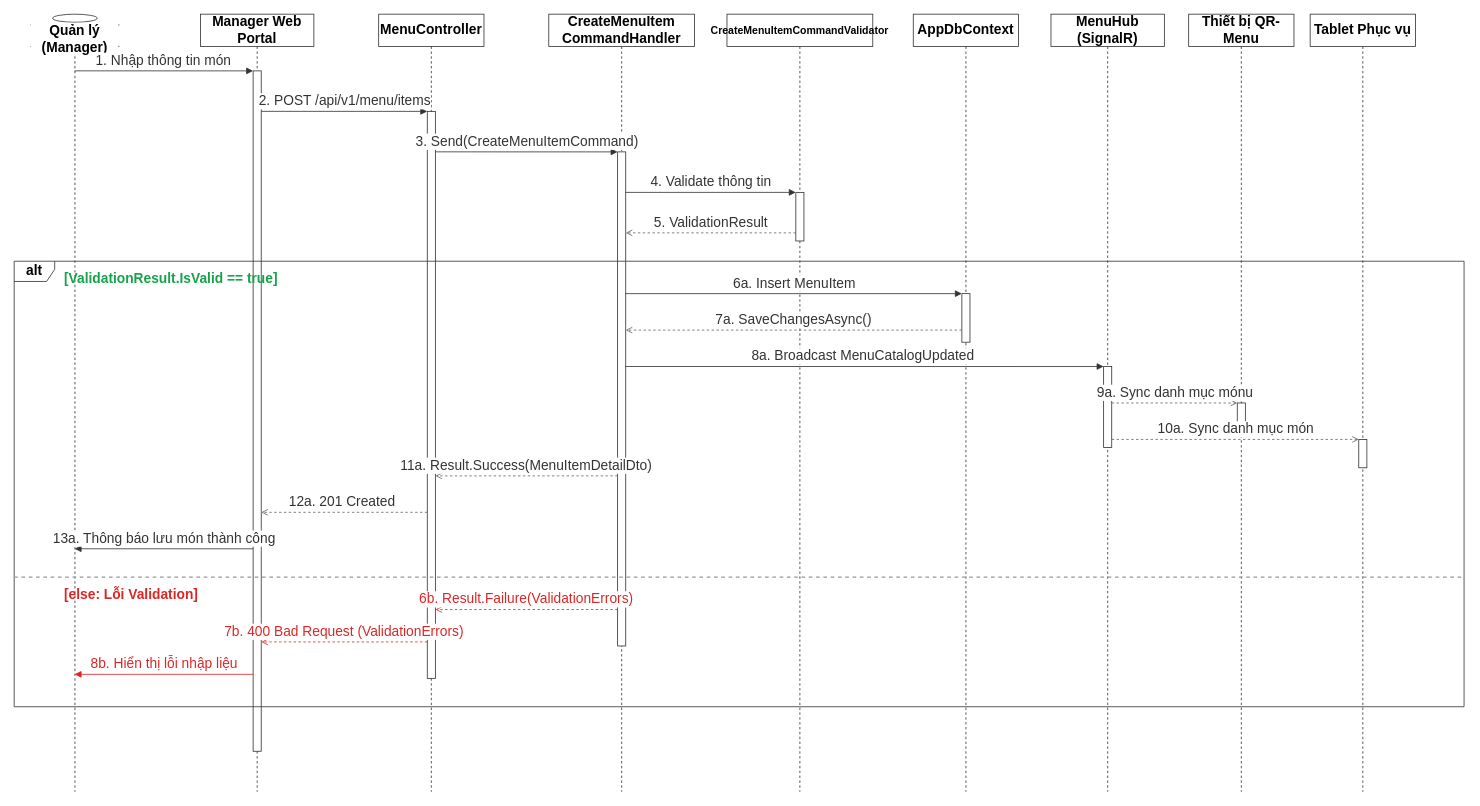
This is docs/phase1/drawio/sd11_menu_management.drawio from AndrewQng/VinDining, a draw.io file, before an edit. Source tidied: cells renumbered, new cells numbered last; positions are measured from the earlier drawing's top-left corner, leaving out a move shared by most shapes. Both pictures are drawn from the tidied source at 81%, with x=0, y=0 at pixel (14, 14).
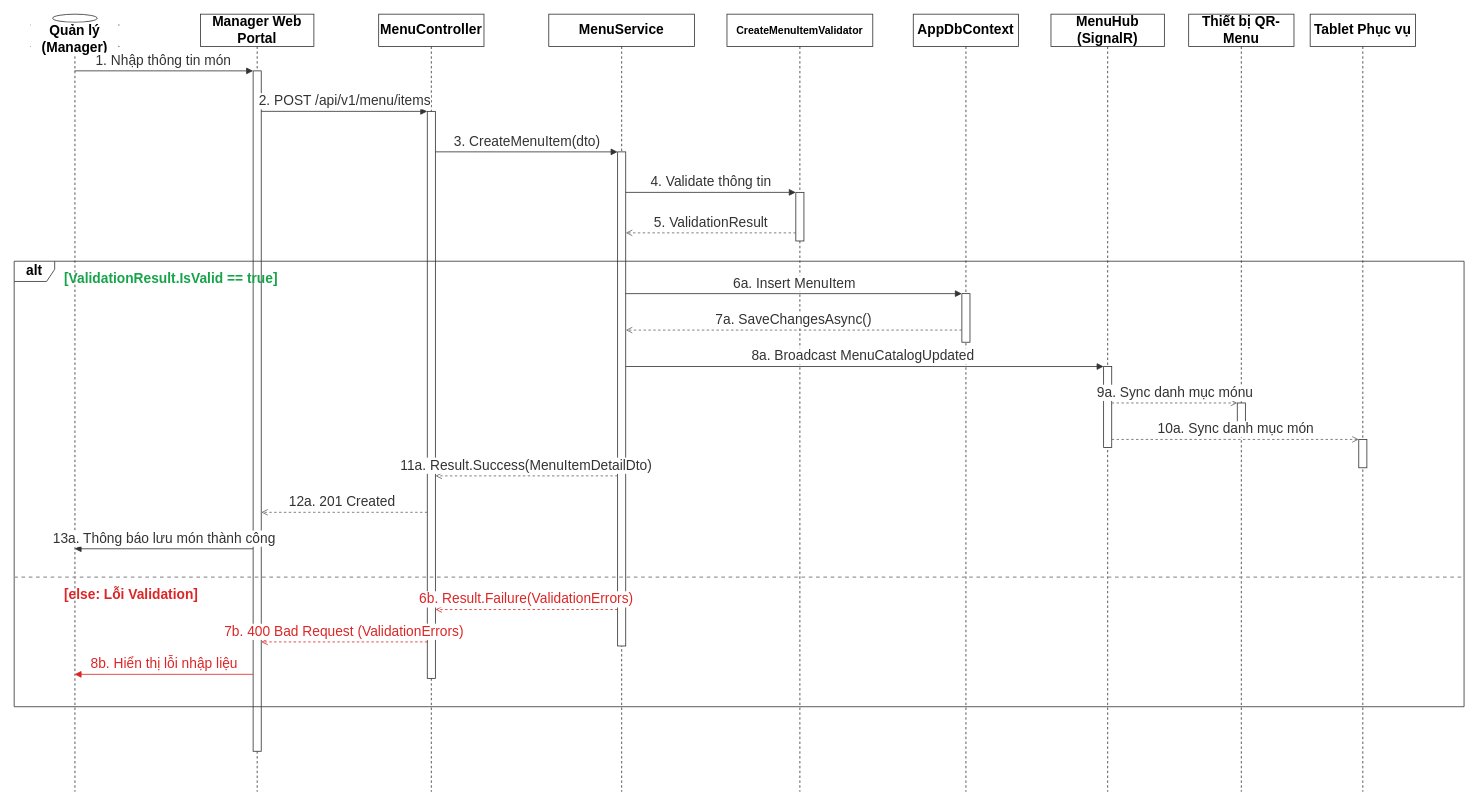
After the change.

Unchanged cells that the change refers to:
```xml
<mxCell id="6" style="html=1;points=[];perimeter=orthogonalPerimeter;outlineConnect=0;fillColor=#ffffff;strokeColor=#333333;fontSize=17;" parent="5" vertex="1">
  <mxGeometry x="60" y="120" width="10" height="700" as="geometry" />
</mxCell>
<mxCell id="8" style="html=1;points=[];perimeter=orthogonalPerimeter;outlineConnect=0;fillColor=#ffffff;strokeColor=#333333;fontSize=17;" parent="7" vertex="1">
  <mxGeometry x="85" y="170" width="10" height="610" as="geometry" />
</mxCell>
```

What changed in the source:
```diff
@@
-    <mxCell id="7" value="CreateMenuItem&lt;br&gt;CommandHandler" style="shape=umlLifeline;perimeter=lifelinePerimeter;whiteSpace=wrap;html=1;size=40;fontSize=17;fontStyle=1;strokeColor=#333333;" parent="1" vertex="1">
+    <mxCell id="7" value="MenuService" style="shape=umlLifeline;perimeter=lifelinePerimeter;whiteSpace=wrap;html=1;size=40;fontSize=17;fontStyle=1;strokeColor=#333333;" parent="1" vertex="1">
       <mxGeometry x="660" width="180" height="960" as="geometry" />
     </mxCell>
@@
-    <mxCell id="9" value="&lt;font style=&quot;font-size: 13px;&quot;&gt;CreateMenuItemCommandValidator&lt;/font&gt;" style="shape=umlLifeline;perimeter=lifelinePerimeter;whiteSpace=wrap;html=1;size=40;fontSize=17;fontStyle=1;strokeColor=#333333;" parent="1" vertex="1">
+    <mxCell id="9" value="&lt;font style=&quot;font-size: 13px;&quot;&gt;CreateMenuItemValidator&lt;/font&gt;" style="shape=umlLifeline;perimeter=lifelinePerimeter;whiteSpace=wrap;html=1;size=40;fontSize=17;fontStyle=1;strokeColor=#333333;" parent="1" vertex="1">
       <mxGeometry x="880" width="180" height="960" as="geometry" />
     </mxCell>
@@
-    <mxCell id="21" value="3. Send(CreateMenuItemCommand)" style="html=1;verticalAlign=bottom;endArrow=block;curved=0;rounded=0;exitX=1;exitY=0.0714;entryX=0;entryY=0.0000;fontSize=17;fontColor=#333333;strokeColor=#333333;" parent="1" edge="1" source="6" target="8">
+    <mxCell id="21" value="3. CreateMenuItem(dto)" style="html=1;verticalAlign=bottom;endArrow=block;curved=0;rounded=0;exitX=1;exitY=0.0714;entryX=0;entryY=0.0000;fontSize=17;fontColor=#333333;strokeColor=#333333;" parent="1" edge="1" source="6" target="8">
       <mxGeometry relative="1" as="geometry" />
     </mxCell>
```
